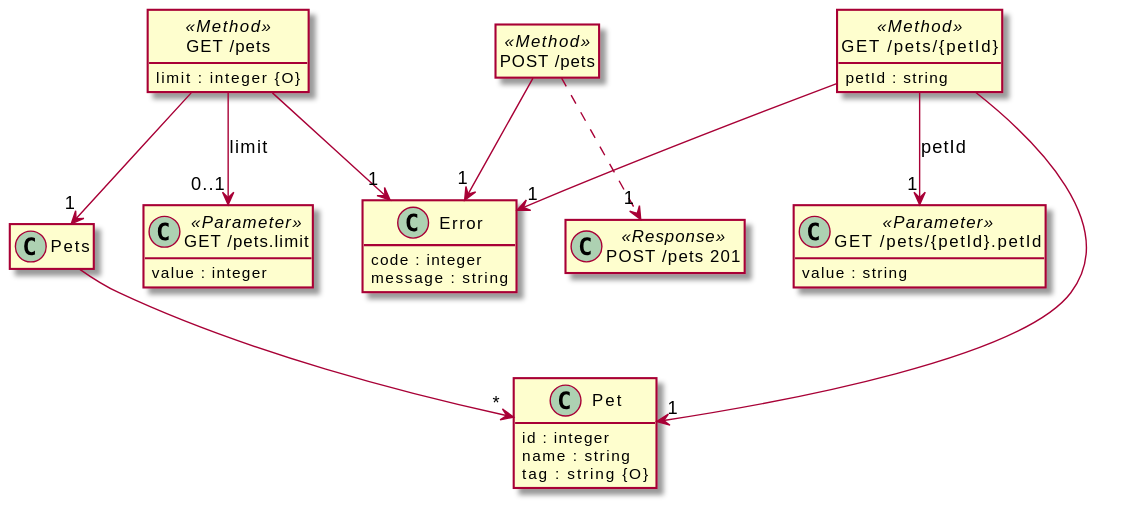
This is src/docs/tests/petstore.puml.svg from davidmoten/openapi-to-plantuml, a PlantUML export, as it was before one commit.
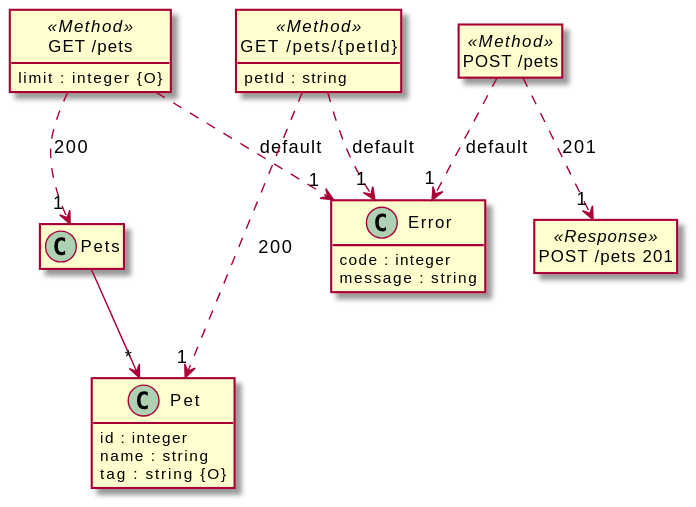
Later version of the same file.

Change to the diagram source:
```diff
@@ -1,5 +1,7 @@
 @startuml
 hide <<Method>> circle
+hide <<Response>> circle
+hide <<Parameter>> circle
 hide empty methods
 hide empty fields
 set namespaceSeparator none
@@ -22,10 +24,6 @@
   limit : integer {O}
 }
 
-class "GET /pets.limit" <<Parameter>> {
-  value : integer
-}
-
 class "POST /pets" <<Method>> {
 }
 
@@ -36,26 +34,18 @@
   petId : string
 }
 
-class "GET /pets/{petId}.petId" <<Parameter>> {
-  value : string
-}
-
 "Pets" --> "*" "Pet"
 
-"GET /pets" --> "0..1" "GET /pets.limit" : "limit"
+"GET /pets" ..> "1" "Pets"  :  "200"
 
-"GET /pets" --> "1" "Pets"
+"GET /pets" ..> "1" "Error"  :  "default"
 
-"GET /pets" --> "1" "Error"
+"POST /pets" ..> "1" "POST /pets 201"  :  "201"
 
-"POST /pets" ..> "1" "POST /pets 201"
+"POST /pets" ..> "1" "Error"  :  "default"
 
-"POST /pets" --> "1" "Error"
+"GET /pets/{petId}" ..> "1" "Pet"  :  "200"
 
-"GET /pets/{petId}" --> "1" "GET /pets/{petId}.petId" : "petId"
-
-"GET /pets/{petId}" --> "1" "Pet"
-
-"GET /pets/{petId}" --> "1" "Error"
+"GET /pets/{petId}" ..> "1" "Error"  :  "default"
 
 @enduml
```
